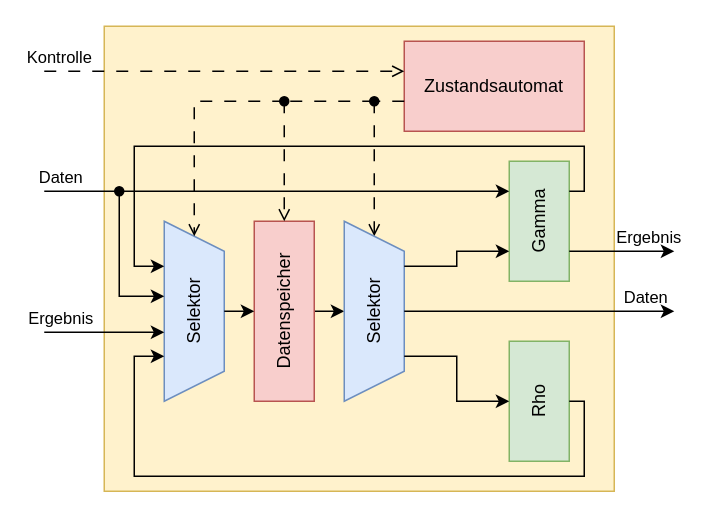
niklaslorenz/abschlussarbeit keeps this draw.io diagram as images/drawio templates/Iteration_2.drawio. Above is the earlier version. Source tidied: cells renumbered, new cells numbered last; positions are measured from the earlier drawing's top-left corner, leaving out a move shared by most shapes. Both pictures are drawn from the tidied source at 150%, with x=0, y=0 at pixel (44, 26).
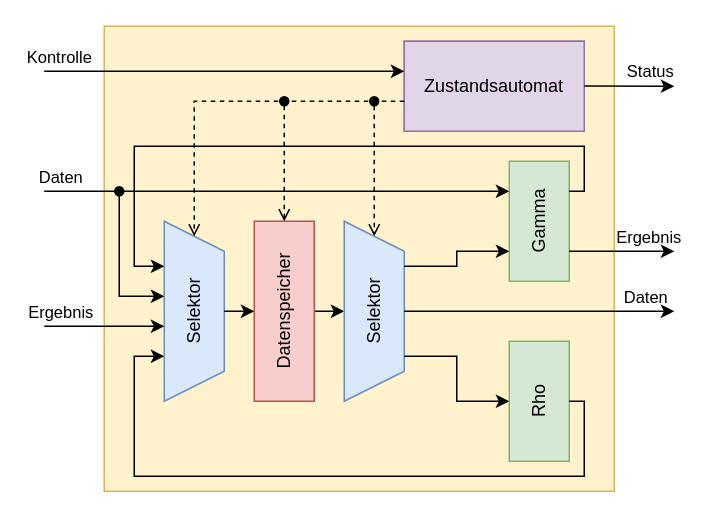
The same page after the edit.

The change refers to these unchanged cells:
```xml
<mxCell id="6" style="rounded=0;whiteSpace=wrap;html=1;fillColor=#f8cecc;strokeColor=#b85450;" parent="5" vertex="1">
  <mxGeometry width="40" height="120" as="geometry" />
</mxCell>
<mxCell id="9" style="shape=trapezoid;perimeter=trapezoidPerimeter;whiteSpace=wrap;html=1;fixedSize=1;rotation=90;fillColor=#dae8fc;strokeColor=#6c8ebf;" parent="8" vertex="1">
  <mxGeometry x="-40" y="40" width="120" height="40" as="geometry" />
</mxCell>
<mxCell id="15" style="shape=trapezoid;perimeter=trapezoidPerimeter;whiteSpace=wrap;html=1;fixedSize=1;rotation=90;fillColor=#dae8fc;strokeColor=#6c8ebf;" parent="14" vertex="1">
  <mxGeometry x="-40" y="40" width="120" height="40" as="geometry" />
</mxCell>
```

The edit, as a diff of the source:
```diff
@@
-    <mxCell id="4" style="endArrow=open;html=1;rounded=0;dashed=1;dashPattern=8 8;endFill=0;" parent="1" edge="1" target="9">
+    <mxCell id="4" style="endArrow=open;html=1;rounded=0;dashed=1;endFill=0;startArrow=oval;startFill=1;" parent="1" edge="1" target="9">
       <mxGeometry relative="1" as="geometry">
         <mxPoint x="220" y="50" as="sourcePoint" />
         <Array as="points">
           <mxPoint x="220" y="100" />
         </Array>
       </mxGeometry>
     </mxCell>
@@
-    <mxCell id="11" style="group;" parent="1" vertex="1">
+    <mxCell id="11" style="group;fillColor=#e1d5e7;strokeColor=#9673a6;" parent="1" vertex="1">
       <mxGeometry x="240" y="10" width="120" height="60" as="geometry" />
     </mxCell>
-    <mxCell id="12" style="rounded=0;whiteSpace=wrap;html=1;fillColor=#f8cecc;strokeColor=#b85450;" parent="11" vertex="1">
+    <mxCell id="12" style="rounded=0;whiteSpace=wrap;html=1;fillColor=#e1d5e7;strokeColor=#9673a6;" parent="11" vertex="1">
       <mxGeometry width="120" height="60" as="geometry" />
     </mxCell>
@@
-    <mxCell id="28" style="endArrow=open;html=1;rounded=0;dashed=1;dashPattern=8 8;entryX=0;entryY=0.5;entryDx=0;entryDy=0;endFill=0;" parent="1" edge="1" target="15">
-      <mxGeometry relative="1" as="geometry">
-        <mxPoint x="160" y="50" as="sourcePoint" />
-        <Array as="points">
-          <mxPoint x="100" y="50" />
-        </Array>
-      </mxGeometry>
-    </mxCell>
-    <mxCell id="29" style="endArrow=open;html=1;rounded=0;dashed=1;dashPattern=8 8;entryX=0.5;entryY=0;entryDx=0;entryDy=0;endFill=0;" parent="1" edge="1" target="6">
+    <mxCell id="29" style="endArrow=open;html=1;rounded=0;dashed=1;entryX=0.5;entryY=0;entryDx=0;entryDy=0;endFill=0;startArrow=oval;startFill=1;" parent="1" edge="1" target="6">
       <mxGeometry relative="1" as="geometry">
         <mxPoint x="160" y="50" as="sourcePoint" />
       </mxGeometry>
     </mxCell>
-    <mxCell id="30" style="endArrow=oval;html=1;rounded=0;dashed=1;dashPattern=8 8;endFill=1;" parent="1" edge="1">
-      <mxGeometry relative="1" as="geometry">
-        <mxPoint x="240" y="50" as="sourcePoint" />
-        <mxPoint x="220" y="50" as="targetPoint" />
-      </mxGeometry>
-    </mxCell>
-    <mxCell id="31" style="endArrow=oval;html=1;rounded=0;dashed=1;dashPattern=8 8;endFill=1;" parent="1" edge="1">
-      <mxGeometry relative="1" as="geometry">
-        <mxPoint x="220" y="50" as="sourcePoint" />
-        <mxPoint x="160" y="50" as="targetPoint" />
-      </mxGeometry>
-    </mxCell>
@@
     <mxCell id="34" style="endArrow=classic;html=1;rounded=0;" parent="1" edge="1">
       <mxGeometry relative="1" as="geometry">
-        <mxPoint y="204" as="sourcePoint" />
-        <mxPoint x="80" y="204" as="targetPoint" />
+        <mxPoint y="200" as="sourcePoint" />
+        <mxPoint x="80" y="200" as="targetPoint" />
       </mxGeometry>
     </mxCell>
@@
-    <mxCell id="36" style="endArrow=open;html=1;rounded=0;dashed=1;dashPattern=8 8;endFill=0;" parent="1" edge="1">
+    <mxCell id="36" style="endArrow=classic;html=1;rounded=0;endFill=1;" parent="1" edge="1">
       <mxGeometry relative="1" as="geometry">
         <mxPoint y="30" as="sourcePoint" />
         <mxPoint x="240" y="30" as="targetPoint" />
       </mxGeometry>
     </mxCell>
@@
+    <mxCell id="28" style="endArrow=open;html=1;rounded=0;dashed=1;entryX=0;entryY=0.5;entryDx=0;entryDy=0;endFill=0;" parent="1" edge="1">
+      <mxGeometry relative="1" as="geometry">
+        <mxPoint x="240" y="50" as="sourcePoint" />
+        <mxPoint x="100" y="140" as="targetPoint" />
+        <Array as="points">
+          <mxPoint x="100" y="50" />
+        </Array>
+      </mxGeometry>
+    </mxCell>
+    <mxCell id="43" style="endArrow=classic;html=1;rounded=0;exitX=1;exitY=0.75;exitDx=0;exitDy=0;" parent="1" edge="1">
+      <mxGeometry relative="1" as="geometry">
+        <mxPoint x="360" y="39.8" as="sourcePoint" />
+        <mxPoint x="420" y="40" as="targetPoint" />
+      </mxGeometry>
+    </mxCell>
+    <mxCell id="44" value="Status" style="edgeLabel;html=1;align=center;verticalAlign=middle;labelBackgroundColor=none;" parent="43" vertex="1">
+      <mxGeometry x="0.61" y="-1" relative="1" as="geometry">
+        <mxPoint x="-4" y="-11" as="offset" />
+      </mxGeometry>
+    </mxCell>
```
